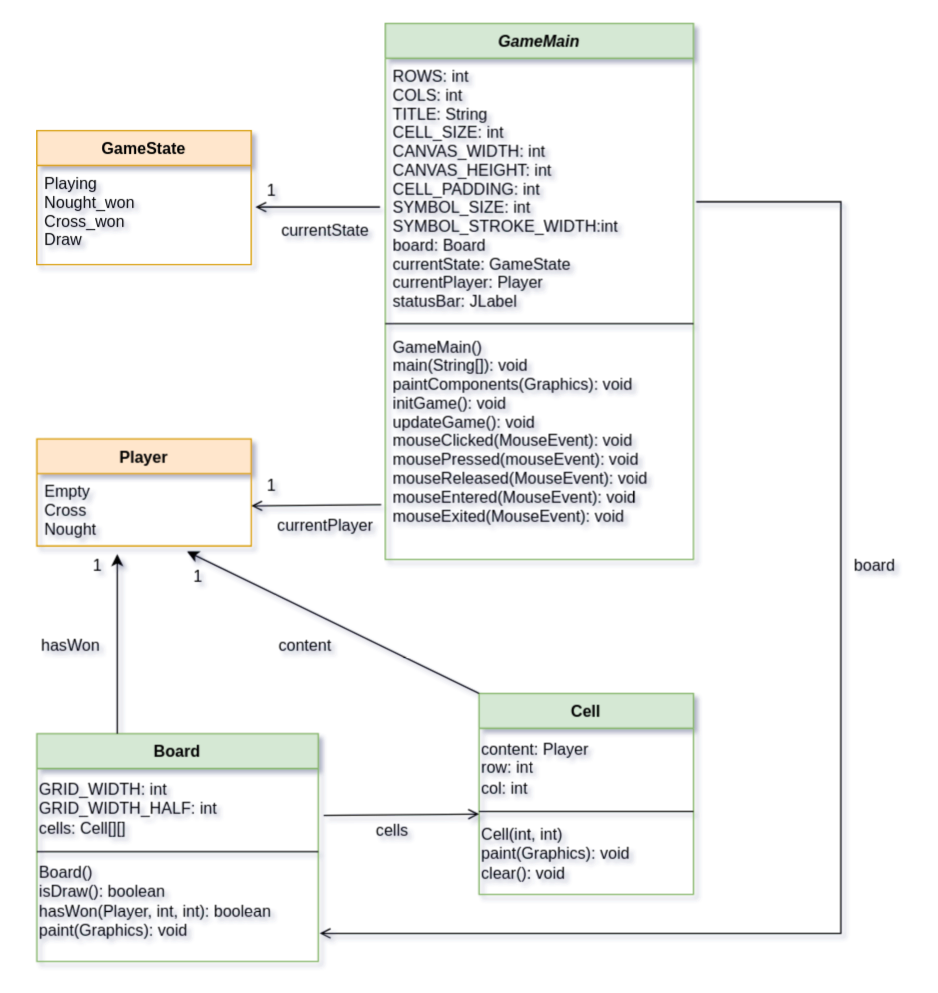
The draw.io diagram Untitled Diagram.drawio in 1ncandescent/BIT504_AT2_Task2, before the edit. Source tidied: cells renumbered, new cells numbered last; positions are measured from the earlier drawing's top-left corner, leaving out a move shared by most shapes. Both pictures are drawn from the tidied source at 134%, with x=0, y=0 at pixel (23, 23).
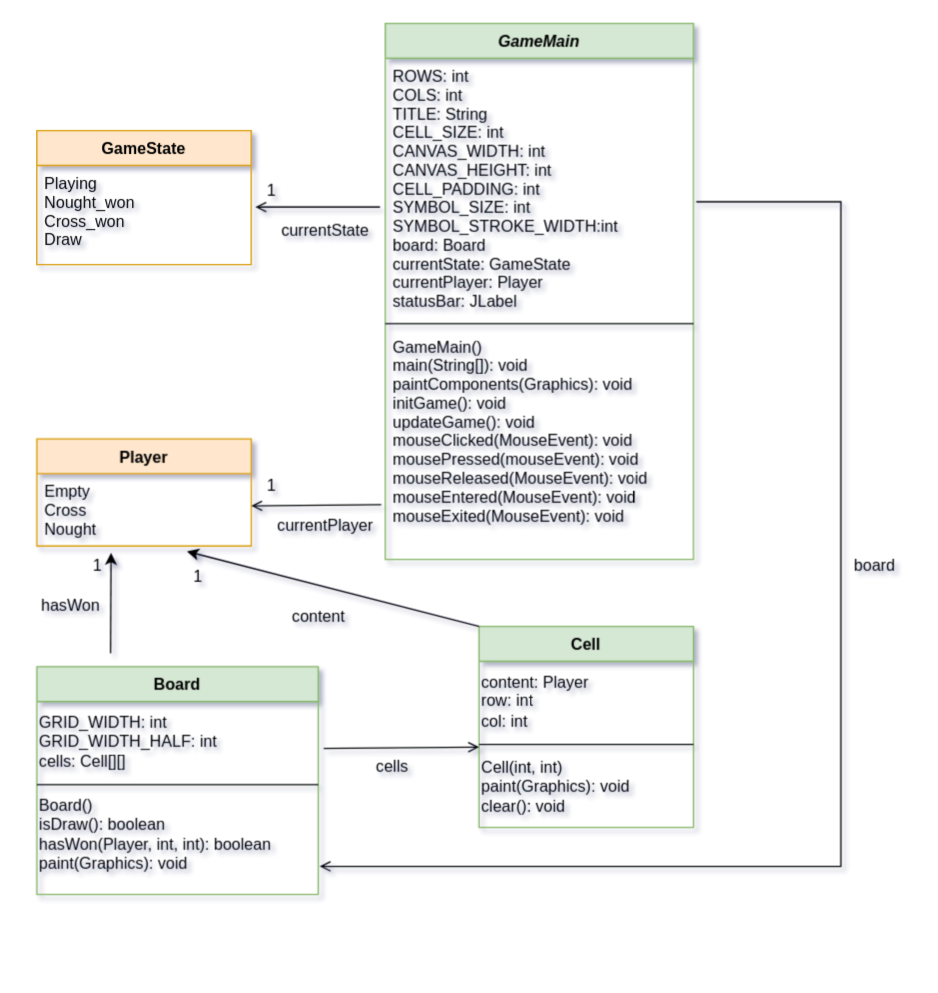
After the change.

Commit message:
Lol just kidding, this is the final commit. resized to better accomodate screenshot

The change refers to these unchanged cells:
```xml
<mxCell id="19" value="Empty&#10;Cross&#10;Nought" style="text;align=left;verticalAlign=top;spacingLeft=4;spacingRight=4;overflow=hidden;points=[[0,0.5],[1,0.5]];portConstraint=eastwest;rounded=0;shadow=0;html=0;" parent="18" vertex="1">
  <mxGeometry y="26" width="160" height="54" as="geometry" />
</mxCell>
```

The edit, as a diff of the source:
```diff
@@
     <mxCell id="9" value="Board" style="swimlane;fontStyle=1;align=center;verticalAlign=top;horizontal=1;startSize=26;rounded=0;shadow=0;strokeWidth=1;fillColor=#d5e8d4;strokeColor=#82b366;" parent="1" vertex="1">
-      <mxGeometry x="10" y="530" width="210" height="170" as="geometry" />
+      <mxGeometry x="10" y="480" width="210" height="170" as="geometry" />
     </mxCell>
@@
     <mxCell id="14" value="Cell" style="swimlane;fontStyle=1;align=center;verticalAlign=top;horizontal=1;startSize=26;rounded=0;shadow=0;strokeWidth=1;fillColor=#d5e8d4;strokeColor=#82b366;" parent="1" vertex="1">
-      <mxGeometry x="340" y="500" width="160" height="150" as="geometry" />
+      <mxGeometry x="340" y="450" width="160" height="150" as="geometry" />
     </mxCell>
@@
-    <mxCell id="26" style="edgeStyle=none;jettySize=auto;html=1;rounded=0;entryX=0.375;entryY=1.111;entryDx=0;entryDy=0;entryPerimeter=0;" parent="1" edge="1" target="19">
+    <mxCell id="26" style="edgeStyle=none;jettySize=auto;html=1;rounded=0;entryX=0.346;entryY=1.093;entryDx=0;entryDy=0;entryPerimeter=0;" parent="1" edge="1" target="19">
       <mxGeometry relative="1" as="geometry">
-        <mxPoint x="70" y="530" as="sourcePoint" />
+        <mxPoint x="65" y="470" as="sourcePoint" />
       </mxGeometry>
     </mxCell>
     <mxCell id="27" value="hasWon" style="text;html=1;align=center;verticalAlign=middle;strokeColor=none;fillColor=none;" parent="1" vertex="1">
-      <mxGeometry y="450" width="70" height="30" as="geometry" />
+      <mxGeometry y="420" width="70" height="30" as="geometry" />
     </mxCell>
@@
     <mxCell id="31" value="content" style="text;html=1;align=center;verticalAlign=middle;strokeColor=none;fillColor=none;" parent="1" vertex="1">
-      <mxGeometry x="180" y="449.5" width="60" height="30" as="geometry" />
+      <mxGeometry x="190" y="428" width="60" height="30" as="geometry" />
     </mxCell>
@@
     <mxCell id="33" value="cells" style="text;html=1;align=center;verticalAlign=middle;strokeColor=none;fillColor=none;" parent="1" vertex="1">
-      <mxGeometry x="250" y="588" width="50" height="30" as="geometry" />
+      <mxGeometry x="250" y="540" width="50" height="30" as="geometry" />
     </mxCell>
```
